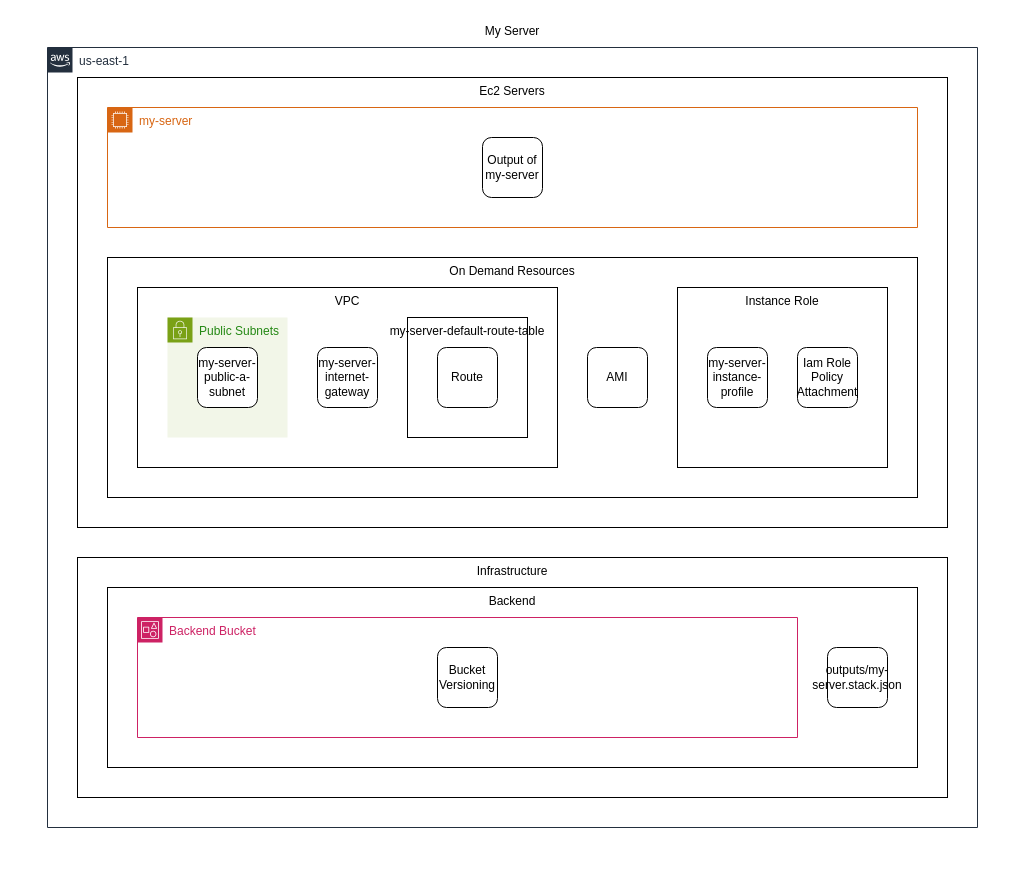
This is sites/www/src/docs/examples/tf-aws/composites/ec2-servers/output/my-server-all.drawio from dinghydev/dinghy, a draw.io file, before an edit. Source tidied: cells renumbered, new cells numbered last; positions are measured from the earlier drawing's top-left corner, leaving out a move shared by most shapes. Both pictures are drawn from the tidied source at 100%, with x=0, y=0 at pixel (17, 17).
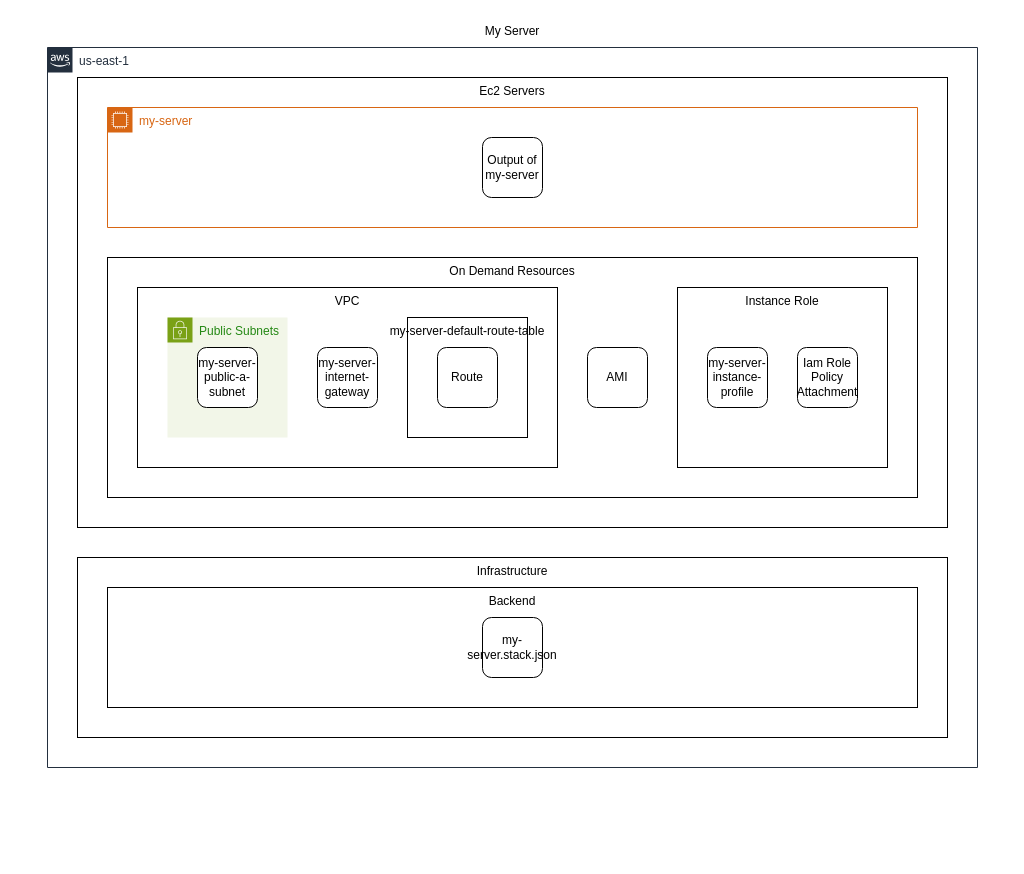
The same diagram, later.

What changed in the source:
```diff
@@
     <mxCell id="2" value="My Server" style="verticalAlign=top;align=center;spacingLeft=5;spacingRight=5;spacingBottom=5;strokeColor=none;" parent="1" vertex="1">
-      <mxGeometry width="990" height="840" as="geometry" />
+      <mxGeometry width="990" height="780" as="geometry" />
     </mxCell>
     <mxCell id="3" value="us-east-1" style="verticalAlign=top;align=left;spacingLeft=30;spacingRight=5;spacingBottom=5;gradientColor=none;html=1;whiteSpace=wrap;fontSize=12;fontStyle=0;shape=mxgraph.aws4.group;grIcon=mxgraph.aws4.group_aws_cloud_alt;strokeColor=#232F3E;fillColor=none;fontColor=#232F3E;dashed=0;" parent="2" vertex="1">
-      <mxGeometry x="30" y="30" width="930" height="780" as="geometry" />
+      <mxGeometry x="30" y="30" width="930" height="720" as="geometry" />
     </mxCell>
@@
     <mxCell id="18" value="Infrastructure" style="verticalAlign=top;align=center;spacingLeft=5;spacingRight=5;spacingBottom=5;" parent="3" vertex="1">
-      <mxGeometry x="30" y="510" width="870" height="240" as="geometry" />
+      <mxGeometry x="30" y="510" width="870" height="180" as="geometry" />
     </mxCell>
     <mxCell id="19" value="Backend" style="verticalAlign=top;align=center;spacingLeft=5;spacingRight=5;spacingBottom=5;" parent="18" vertex="1">
-      <mxGeometry x="30" y="30" width="810" height="180" as="geometry" />
+      <mxGeometry x="30" y="30" width="810" height="120" as="geometry" />
     </mxCell>
-    <mxCell id="20" value="Backend Bucket" style="verticalAlign=top;align=left;spacingLeft=30;spacingRight=5;spacingBottom=5;gradientColor=none;html=1;whiteSpace=wrap;fontSize=12;fontStyle=0;shape=mxgraph.aws4.group;grIcon=mxgraph.aws4.group_account;strokeColor=#CD2264;fillColor=none;fontColor=#CD2264;dashed=0;" parent="19" vertex="1">
-      <mxGeometry x="30" y="30" width="660" height="120" as="geometry" />
-    </mxCell>
-    <mxCell id="21" value="Bucket Versioning" style="rounded=1;whiteSpace=wrap;verticalAlign=middle;align=center;" parent="20" vertex="1">
-      <mxGeometry x="300" y="30" width="60" height="60" as="geometry" />
-    </mxCell>
-    <mxCell id="22" value="outputs/my-server.stack.json" style="rounded=1;whiteSpace=wrap;verticalAlign=middle;align=center;" parent="19" vertex="1">
-      <mxGeometry x="720" y="60" width="60" height="60" as="geometry" />
-    </mxCell>
+    <mxCell id="23" value="my-server.stack.json" style="rounded=1;whiteSpace=wrap;verticalAlign=middle;align=center;" parent="19" vertex="1">
+      <mxGeometry x="375" y="30" width="60" height="60" as="geometry" />
+    </mxCell>
```
